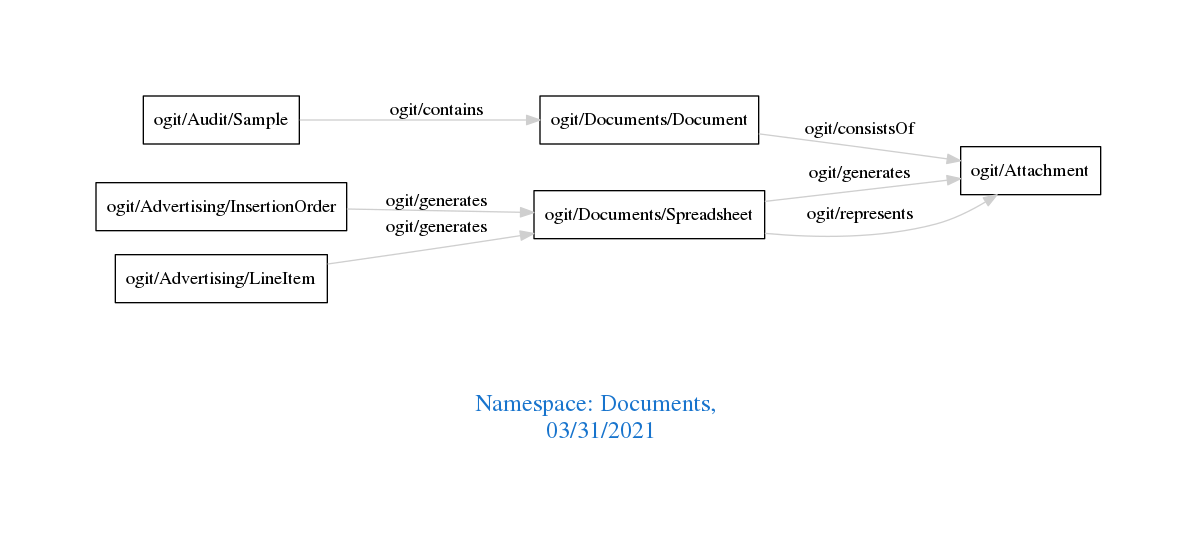
arago/OGIT keeps this Graphviz diagram as downloads/Documents.png. Above is the earlier version. Its source is kept beside it as downloads/Documents.dot.
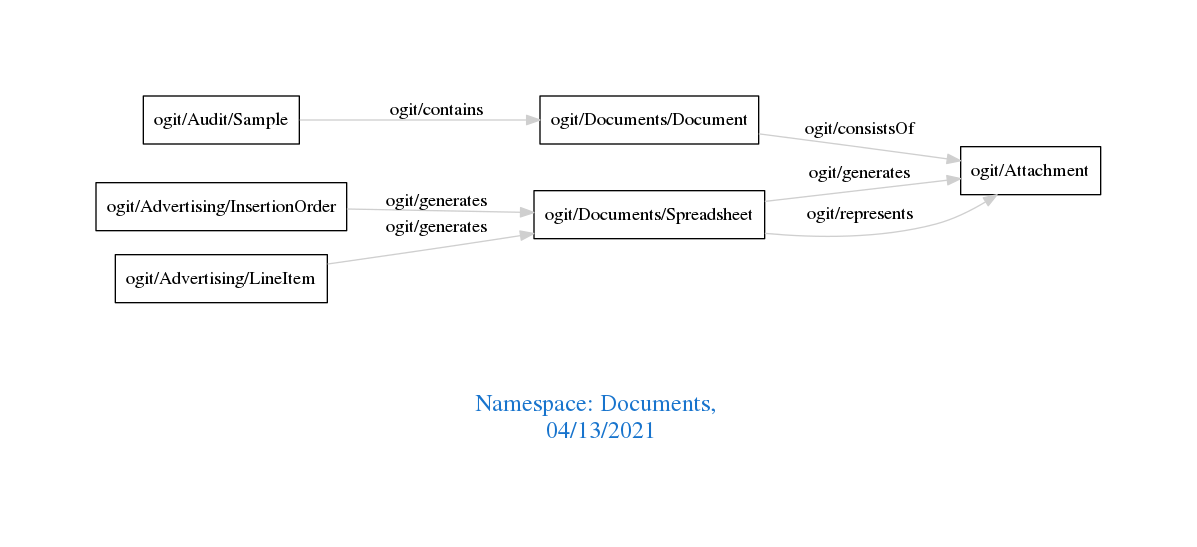
Above is the later version.

Change to the diagram source:
```diff
@@ -1,7 +1,7 @@
 digraph OGIT_ontology {
  graph [ rankdir= LR,pad=1
 fontsize = 18,
-fontcolor= dodgerblue3,label = "\n\n\nNamespace: Documents, \n 03/31/2021"];
+fontcolor= dodgerblue3,label = "\n\n\nNamespace: Documents, \n 04/13/2021"];
 node[shape=polygon];
 edge [  color="gray81"];
 
```
